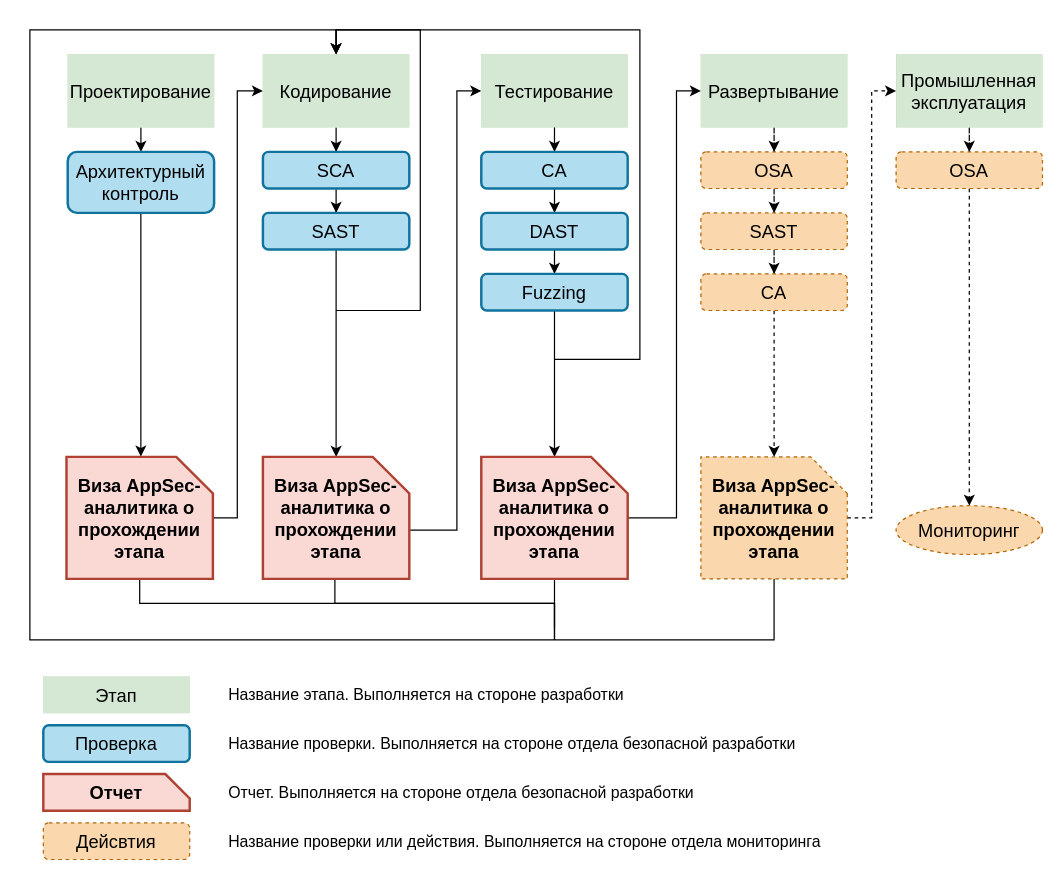
Earlier version of the draw.io diagram page "Этапы" (5 of 11) of Untitled Diagram2.drawio (GoluzinaD/Python). Source tidied: cells renumbered, new cells numbered last; positions are measured from the earlier drawing's top-left corner, leaving out a move shared by most shapes. Both pictures are drawn from the tidied source at 122%, with x=0, y=0 at pixel (29, 29).
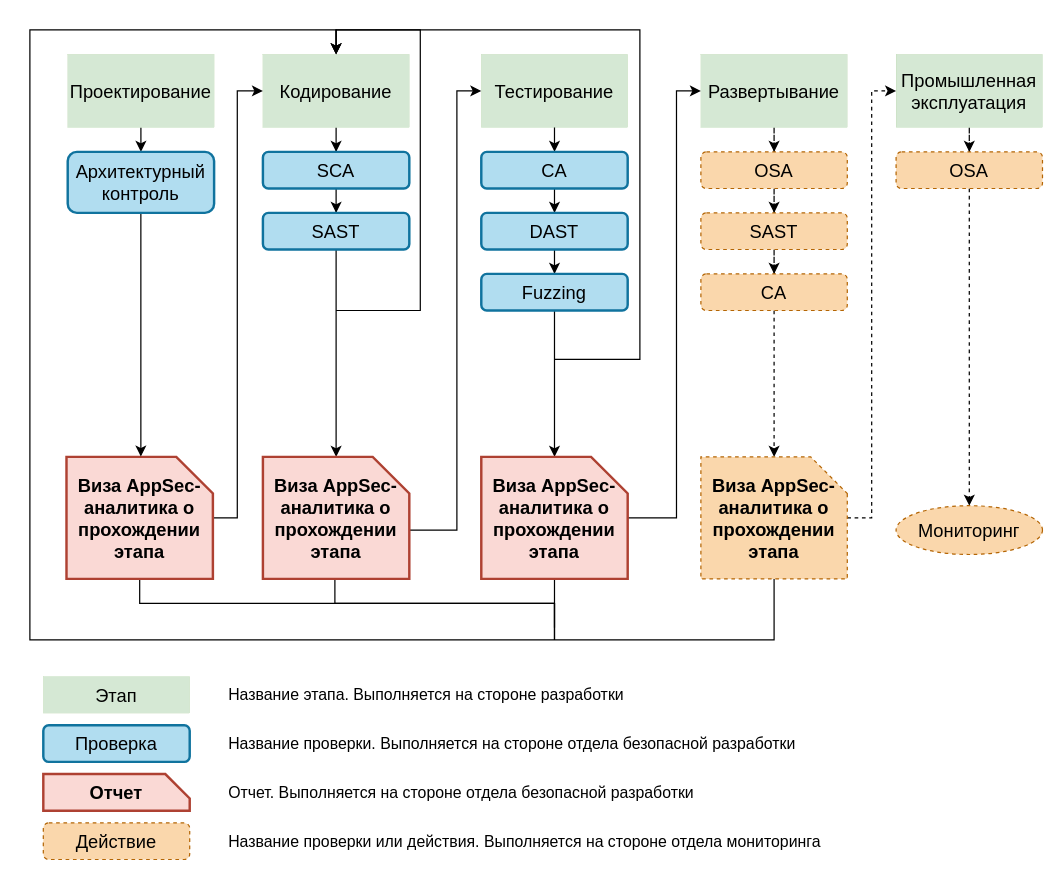
After the change.

Diff of the diagram source:
```diff
@@
-    <mxCell id="51" value="Дейсвтия" style="rounded=1;whiteSpace=wrap;html=1;fontSize=15;strokeWidth=1;fillColor=#fad7ac;strokeColor=#b46504;dashed=1;" parent="1" vertex="1">
+    <mxCell id="51" value="Действие" style="rounded=1;whiteSpace=wrap;html=1;fontSize=15;strokeWidth=1;fillColor=#fad7ac;strokeColor=#b46504;dashed=1;" parent="1" vertex="1">
       <mxGeometry x="11" y="650" width="120" height="30" as="geometry" />
     </mxCell>
```
